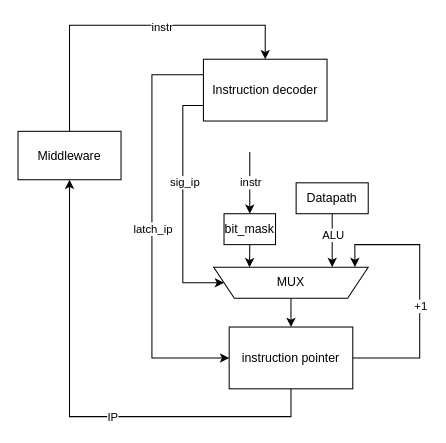
Earlier version of the draw.io diagram images/raw/CA-scheme-control_unit.drawio (Anton-2228/CPU-risc-simulation). Source tidied: cells renumbered, new cells numbered last; positions are measured from the earlier drawing's top-left corner, leaving out a move shared by most shapes. Both pictures are drawn from the tidied source at 103%, with x=0, y=0 at pixel (18, 25).
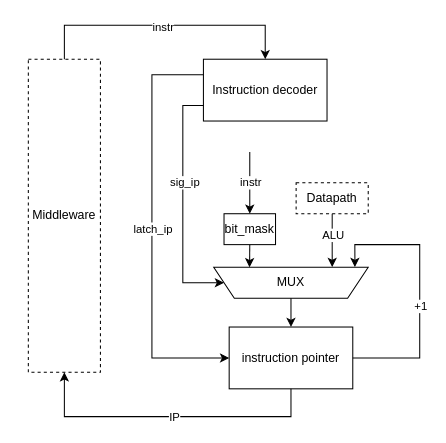
The same diagram, later.

Unchanged cells that the change refers to:
```xml
<mxCell id="2" value="Instruction decoder" style="rounded=0;whiteSpace=wrap;html=1;" parent="1" vertex="1">
  <mxGeometry x="180" y="33" width="120" height="60" as="geometry" />
</mxCell>
<mxCell id="5" value="instruction pointer" style="rounded=0;whiteSpace=wrap;html=1;" parent="1" vertex="1">
  <mxGeometry x="205" y="293" width="120" height="60" as="geometry" />
</mxCell>
```

What changed in the source:
```diff
@@
     <mxCell id="3" style="endArrow=classic;html=1;rounded=0;entryX=0.5;entryY=0;entryDx=0;entryDy=0;exitX=0.5;exitY=0;exitDx=0;exitDy=0;" parent="1" edge="1" source="24" target="2">
       <mxGeometry relative="1" as="geometry">
         <Array as="points">
-          <mxPoint x="50" />
+          <mxPoint x="45" />
           <mxPoint x="240" />
         </Array>
       </mxGeometry>
     </mxCell>
     <mxCell id="4" value="instr" style="edgeLabel;html=1;align=center;verticalAlign=middle;" parent="3" vertex="1">
       <mxGeometry x="-0.15" y="-1" relative="1" as="geometry">
-        <mxPoint x="53" as="offset" />
+        <mxPoint x="17" as="offset" />
       </mxGeometry>
     </mxCell>
@@
-    <mxCell id="18" value="Datapath" style="rounded=0;whiteSpace=wrap;html=1;" parent="1" vertex="1">
+    <mxCell id="18" value="Datapath" style="rounded=0;whiteSpace=wrap;html=1;fillColor=none;dashed=1;" parent="1" vertex="1">
       <mxGeometry x="270" y="153" width="70" height="30" as="geometry" />
     </mxCell>
@@
     <mxCell id="22" style="endArrow=classic;html=1;rounded=0;exitX=0.5;exitY=1;exitDx=0;exitDy=0;entryX=0.5;entryY=1;entryDx=0;entryDy=0;" parent="1" edge="1" source="5" target="24">
       <mxGeometry relative="1" as="geometry">
         <Array as="points">
           <mxPoint x="265" y="380" />
-          <mxPoint x="50" y="380" />
+          <mxPoint x="45" y="380" />
         </Array>
       </mxGeometry>
     </mxCell>
     <mxCell id="23" value="IP" style="edgeLabel;html=1;align=center;verticalAlign=middle;" parent="22" vertex="1">
-      <mxGeometry x="-0.15" relative="1" as="geometry" />
+      <mxGeometry x="-0.15" relative="1" as="geometry">
+        <mxPoint x="-18" as="offset" />
+      </mxGeometry>
     </mxCell>
-    <mxCell id="24" value="Middleware" style="rounded=0;whiteSpace=wrap;html=1;" parent="1" vertex="1">
-      <mxGeometry y="103" width="100" height="47" as="geometry" />
+    <mxCell id="24" value="Middleware" style="rounded=0;whiteSpace=wrap;html=1;fillColor=none;dashed=1;" parent="1" vertex="1">
+      <mxGeometry x="10" y="33" width="70" height="304" as="geometry" />
     </mxCell>
```
